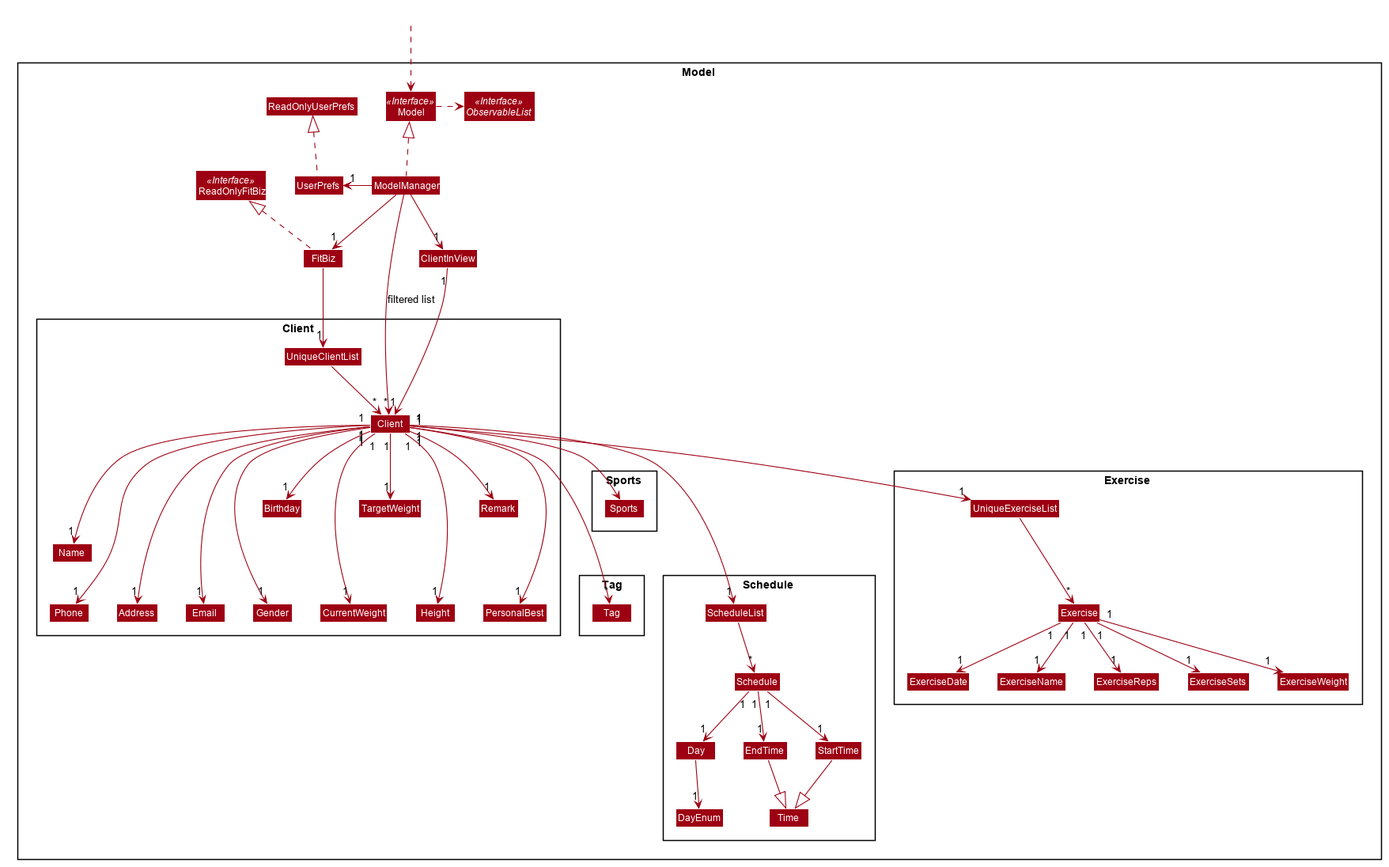
Before: docs/images/ModelClassDiagram.png, a diagram exported from PlantUML (nus-cs2103-AY1920S2/addressbook-level3).
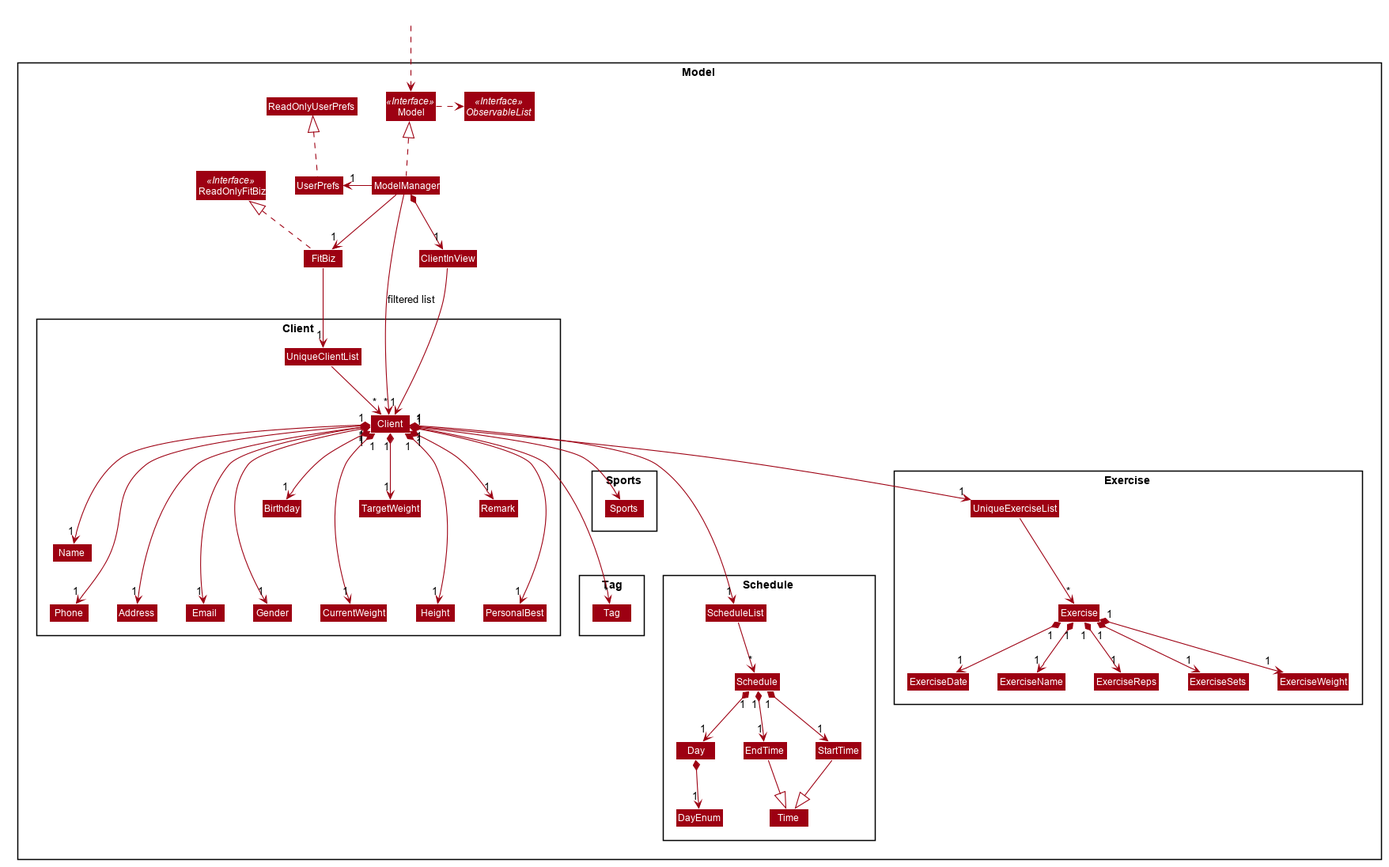
Later version of the same file.

Change to the diagram source:
```diff
@@ -121,44 +121,44 @@
 
 FitBiz --> "1" UniqueClientList
 UniqueClientList --> "*" Client
-Client "1" --> "1" Name
-Client "1" ---> "1" Gender
-Client "1" ---> "1" Phone
-Client "1" --> "1" Email
-Client "1" --> "1" Address
-Client "1" ---> "*" Tag
-Client "1" --> "1" Birthday
-Client "1" ---> "1" ScheduleList
-Client "1" --> "*" Sports
-Client "1" ---> "1" CurrentWeight
-Client "1" --> "1" TargetWeight
-Client "1" ---> "1" Height
-Client "1" --> "1" Remark
-Client "1" ---> "1" PersonalBest
-Client "1" --> "1" UniqueExerciseList
+Client "1" *--> "1" Name
+Client "1" *---> "1" Gender
+Client "1" *---> "1" Phone
+Client "1" *--> "1" Email
+Client "1" *--> "1" Address
+Client "1" *---> "*" Tag
+Client "1" *--> "1" Birthday
+Client "1" *---> "1" ScheduleList
+Client "1" *--> "*" Sports
+Client "1" *---> "1" CurrentWeight
+Client "1" *--> "1" TargetWeight
+Client "1" *---> "1" Height
+Client "1" *--> "1" Remark
+Client "1" *---> "1" PersonalBest
+Client "1" *--> "1" UniqueExerciseList
 
-ClientInView "1" --> "1" Client
+ClientInView --> "1" Client
 
 UniqueExerciseList --> "*"Exercise
-Exercise "1" --> "1" ExerciseDate
-Exercise "1" --> "1" ExerciseName
-Exercise "1" --> "1" ExerciseReps
-Exercise "1" --> "1" ExerciseSets
-Exercise "1" --> "1" ExerciseWeight
+Exercise "1" *--> "1" ExerciseDate
+Exercise "1" *--> "1" ExerciseName
+Exercise "1" *--> "1" ExerciseReps
+Exercise "1" *--> "1" ExerciseSets
+Exercise "1" *--> "1" ExerciseWeight
 
 Name -[hidden]right-> Phone
 Phone -[hidden]right-> Address
 Address -[hidden]right-> Email
 
 ScheduleList --> "*" Schedule
-Schedule "1" --> "1" Day
-Schedule "1" --> "1" StartTime
-Schedule "1" --> "1" EndTime
+Schedule "1" *--> "1" Day
+Schedule "1" *--> "1" StartTime
+Schedule "1" *--> "1" EndTime
 StartTime --|> Time
 EndTime --|> Time
-Day --> "1" DayEnum
+Day *--> "1" DayEnum
 
 
 ModelManager -->"*" Client : filtered list
-ModelManager -->"1" ClientInView
+ModelManager *-->"1" ClientInView
 @enduml
```
